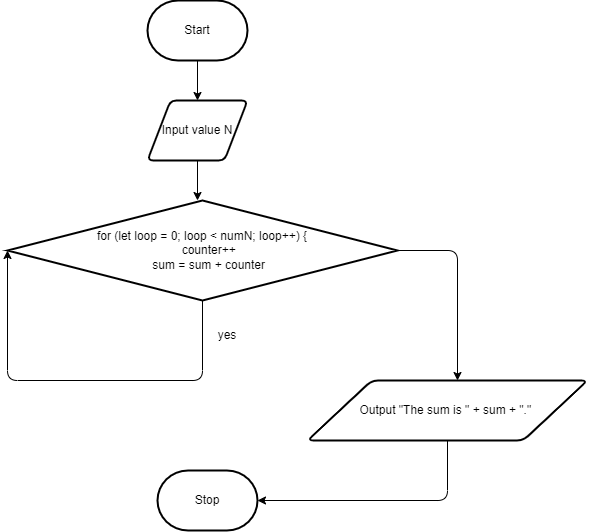
Before: design/flow-chart.png, a diagram exported from draw.io (Claire-Bedrossian/ICS2O-Unit5-07-JS). Source tidied: cells renumbered, new cells last; positions are measured from the earlier drawing's top-left corner, leaving out a move shared by most shapes.
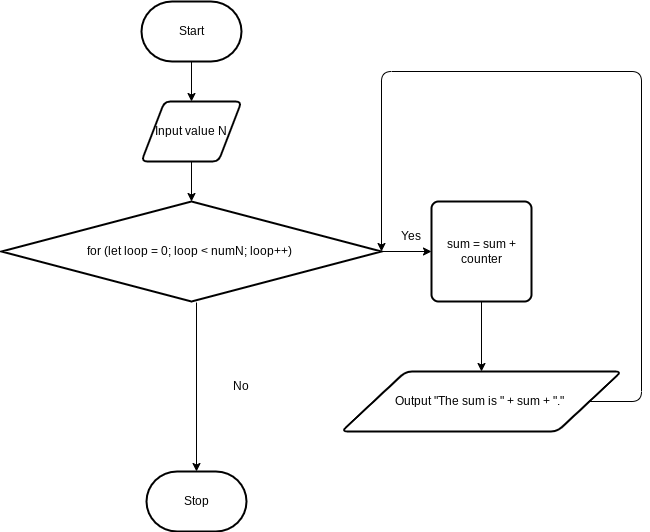
The same file after the commit.

Change to the diagram source:
```diff
@@ -16,40 +16,43 @@
     <mxCell id="5" value="Input value N" style="shape=parallelogram;html=1;strokeWidth=2;perimeter=parallelogramPerimeter;whiteSpace=wrap;rounded=1;arcSize=12;size=0.23;" parent="1" vertex="1">
       <mxGeometry x="140" y="100" width="100" height="60" as="geometry" />
     </mxCell>
-    <mxCell id="6" style="edgeStyle=none;html=1;exitX=0.5;exitY=1;exitDx=0;exitDy=0;exitPerimeter=0;entryX=0;entryY=0.5;entryDx=0;entryDy=0;entryPerimeter=0;" parent="1" edge="1" source="8" target="8">
-      <mxGeometry relative="1" as="geometry">
-        <Array as="points">
-          <mxPoint x="195" y="380" />
-          <mxPoint y="380" />
-        </Array>
-      </mxGeometry>
-    </mxCell>
-    <mxCell id="7" style="edgeStyle=none;html=1;" parent="1" edge="1" source="8">
-      <mxGeometry relative="1" as="geometry">
-        <mxPoint x="450" y="380" as="targetPoint" />
-        <Array as="points">
-          <mxPoint x="450" y="250" />
-        </Array>
-      </mxGeometry>
-    </mxCell>
+    <mxCell id="13" style="edgeStyle=none;html=1;exitX=0.5;exitY=1;exitDx=0;exitDy=0;exitPerimeter=0;entryX=0.5;entryY=0;entryDx=0;entryDy=0;entryPerimeter=0;" parent="1" edge="1" target="12">
+      <mxGeometry relative="1" as="geometry">
+        <mxPoint x="195" y="301" as="sourcePoint" />
+      </mxGeometry>
+    </mxCell>
+    <mxCell id="14" style="edgeStyle=none;html=1;" parent="1" edge="1" source="8" target="17">
+      <mxGeometry relative="1" as="geometry" />
+    </mxCell>
-    <mxCell id="8" value="&lt;div&gt;for (let loop = 0; loop &amp;lt; numN; loop++) {&lt;/div&gt;&lt;div&gt;&amp;nbsp; &amp;nbsp; counter++&lt;/div&gt;&lt;div&gt;&amp;nbsp; &amp;nbsp; sum = sum + counter&lt;/div&gt;" style="strokeWidth=2;html=1;shape=mxgraph.flowchart.decision;whiteSpace=wrap;" parent="1" vertex="1">
-      <mxGeometry y="200" width="390" height="100" as="geometry" />
+    <mxCell id="8" value="&lt;div&gt;for (let loop = 0; loop &amp;lt; numN; loop++)&amp;nbsp;&lt;/div&gt;" style="strokeWidth=2;html=1;shape=mxgraph.flowchart.decision;whiteSpace=wrap;" parent="1" vertex="1">
+      <mxGeometry y="200" width="380" height="100" as="geometry" />
     </mxCell>
-    <mxCell id="9" value="yes" style="text;html=1;strokeColor=none;fillColor=none;align=center;verticalAlign=middle;whiteSpace=wrap;rounded=0;" parent="1" vertex="1">
-      <mxGeometry x="190" y="320" width="60" height="30" as="geometry" />
-    </mxCell>
-    <mxCell id="10" style="edgeStyle=none;html=1;exitX=0.5;exitY=1;exitDx=0;exitDy=0;entryX=1;entryY=0.5;entryDx=0;entryDy=0;entryPerimeter=0;" parent="1" edge="1" source="11" target="12">
-      <mxGeometry relative="1" as="geometry">
-        <Array as="points">
-          <mxPoint x="440" y="500" />
-        </Array>
-      </mxGeometry>
-    </mxCell>
+    <mxCell id="15" style="edgeStyle=none;html=1;exitX=1;exitY=0.5;exitDx=0;exitDy=0;entryX=1;entryY=0.5;entryDx=0;entryDy=0;entryPerimeter=0;" parent="1" edge="1" source="11" target="8">
+      <mxGeometry relative="1" as="geometry">
+        <Array as="points">
+          <mxPoint x="640" y="400" />
+          <mxPoint x="640" y="70" />
+          <mxPoint x="380" y="70" />
+        </Array>
+      </mxGeometry>
+    </mxCell>
     <mxCell id="11" value="Output&amp;nbsp;&quot;The sum is &quot; + sum + &quot;.&quot;&amp;nbsp;" style="shape=parallelogram;html=1;strokeWidth=2;perimeter=parallelogramPerimeter;whiteSpace=wrap;rounded=1;arcSize=12;size=0.23;" parent="1" vertex="1">
-      <mxGeometry x="300" y="380" width="280" height="60" as="geometry" />
+      <mxGeometry x="340" y="370" width="280" height="60" as="geometry" />
     </mxCell>
     <mxCell id="12" value="Stop" style="strokeWidth=2;html=1;shape=mxgraph.flowchart.terminator;whiteSpace=wrap;" parent="1" vertex="1">
-      <mxGeometry x="150" y="470" width="100" height="60" as="geometry" />
+      <mxGeometry x="145" y="470" width="100" height="60" as="geometry" />
     </mxCell>
+    <mxCell id="16" style="edgeStyle=none;html=1;" parent="1" edge="1" source="17" target="11">
+      <mxGeometry relative="1" as="geometry" />
+    </mxCell>
+    <mxCell id="17" value="&lt;span&gt;sum = sum + counter&lt;/span&gt;" style="rounded=1;whiteSpace=wrap;html=1;absoluteArcSize=1;arcSize=14;strokeWidth=2;" parent="1" vertex="1">
+      <mxGeometry x="430" y="200" width="100" height="100" as="geometry" />
+    </mxCell>
+    <mxCell id="18" value="Yes" style="text;html=1;strokeColor=none;fillColor=none;align=center;verticalAlign=middle;whiteSpace=wrap;rounded=0;" parent="1" vertex="1">
+      <mxGeometry x="380" y="230" width="60" height="10" as="geometry" />
+    </mxCell>
+    <mxCell id="19" value="No" style="text;html=1;strokeColor=none;fillColor=none;align=center;verticalAlign=middle;whiteSpace=wrap;rounded=0;" parent="1" vertex="1">
+      <mxGeometry x="210" y="370" width="60" height="30" as="geometry" />
+    </mxCell>
   </root>
 </mxGraphModel>
```
